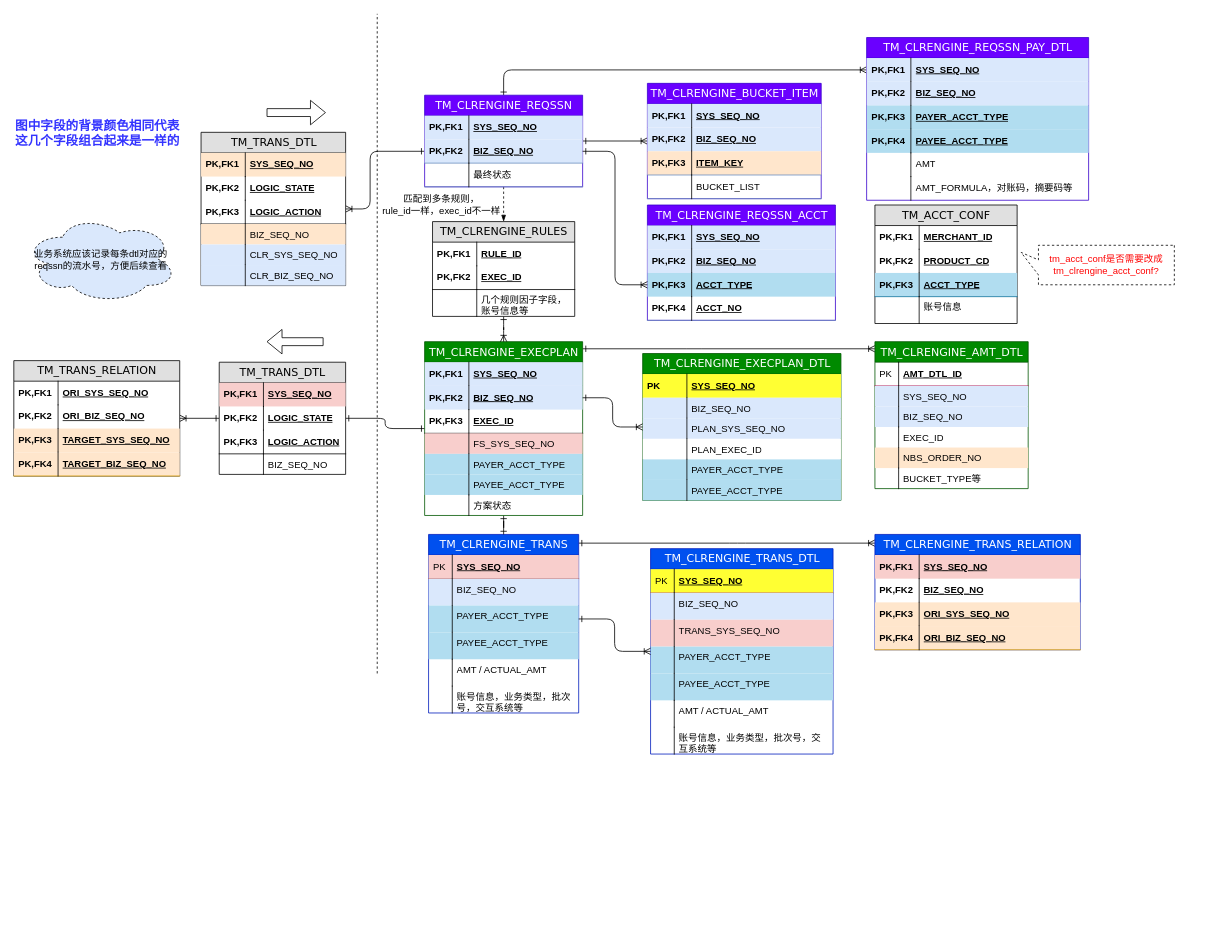
This is 清算引擎数据结构图.drawio from staconfree/design, a draw.io file, before an edit. Source tidied: cells renumbered, new cells numbered last; positions are measured from the earlier drawing's top-left corner, leaving out a move shared by most shapes. Both pictures are drawn from the tidied source at 79%, with x=0, y=0 at pixel (13, 13).
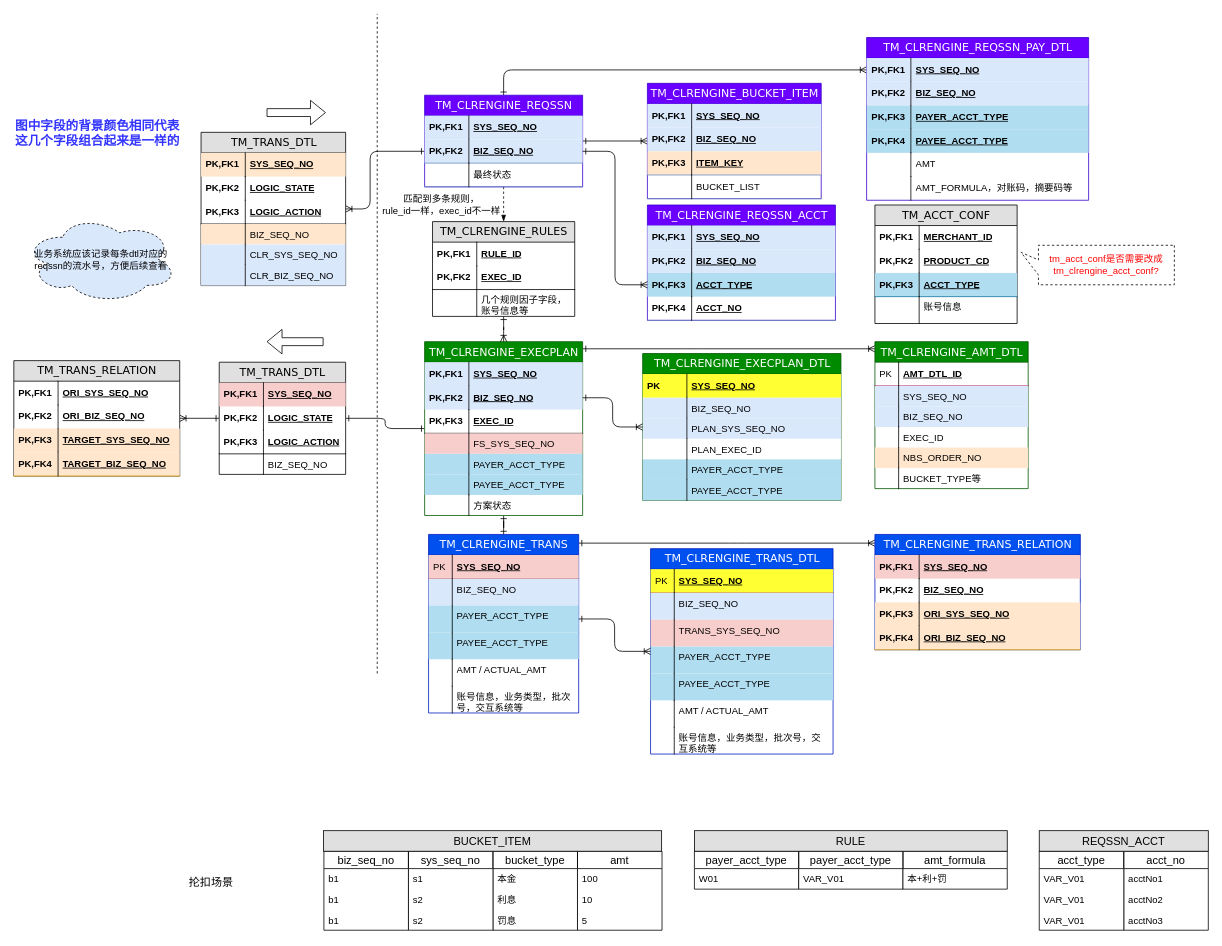
The same page after the edit.

Commit message (it also covers changes not shown here):
更新清算引擎数据结构图.drawio

Change to the diagram source:
```diff
@@
+    <mxCell id="185" value="bucket_type" style="swimlane;fontStyle=0;horizontal=1;startSize=22;fillColor=none;swimlaneFillColor=#ffffff;align=center;fontSize=14;" parent="1" vertex="1">
+      <mxGeometry x="606.5" y="1060" width="107" height="100" as="geometry" />
+    </mxCell>
+    <mxCell id="186" value="本金" style="text;strokeColor=none;fillColor=none;spacingLeft=4;spacingRight=4;overflow=hidden;fontSize=12;" parent="185" vertex="1">
+      <mxGeometry y="22" width="107" height="26" as="geometry" />
+    </mxCell>
+    <mxCell id="187" value="利息" style="text;strokeColor=none;fillColor=none;spacingLeft=4;spacingRight=4;overflow=hidden;fontSize=12;" parent="185" vertex="1">
+      <mxGeometry y="48" width="107" height="26" as="geometry" />
+    </mxCell>
+    <mxCell id="188" value="罚息" style="text;strokeColor=none;fillColor=none;spacingLeft=4;spacingRight=4;overflow=hidden;fontSize=12;" parent="185" vertex="1">
+      <mxGeometry y="74" width="107" height="26" as="geometry" />
+    </mxCell>
+    <mxCell id="189" value="amt" style="swimlane;fontStyle=0;horizontal=1;startSize=22;fillColor=none;swimlaneFillColor=#ffffff;align=center;fontSize=14;" parent="1" vertex="1">
+      <mxGeometry x="713.5" y="1060" width="107" height="100" as="geometry" />
+    </mxCell>
+    <mxCell id="190" value="100" style="text;strokeColor=none;fillColor=none;spacingLeft=4;spacingRight=4;overflow=hidden;fontSize=12;" parent="189" vertex="1">
+      <mxGeometry y="22" width="107" height="26" as="geometry" />
+    </mxCell>
+    <mxCell id="191" value="10" style="text;strokeColor=none;fillColor=none;spacingLeft=4;spacingRight=4;overflow=hidden;fontSize=12;" parent="189" vertex="1">
+      <mxGeometry y="48" width="107" height="26" as="geometry" />
+    </mxCell>
+    <mxCell id="192" value="5" style="text;strokeColor=none;fillColor=none;spacingLeft=4;spacingRight=4;overflow=hidden;fontSize=12;" parent="189" vertex="1">
+      <mxGeometry y="74" width="107" height="26" as="geometry" />
+    </mxCell>
+    <mxCell id="193" value="sys_seq_no" style="swimlane;fontStyle=0;horizontal=1;startSize=22;fillColor=none;swimlaneFillColor=#ffffff;align=center;fontSize=14;" parent="1" vertex="1">
+      <mxGeometry x="499.5" y="1060" width="107" height="100" as="geometry" />
+    </mxCell>
+    <mxCell id="194" value="s1" style="text;strokeColor=none;fillColor=none;spacingLeft=4;spacingRight=4;overflow=hidden;fontSize=12;" parent="193" vertex="1">
+      <mxGeometry y="22" width="107" height="26" as="geometry" />
+    </mxCell>
+    <mxCell id="195" value="s2" style="text;strokeColor=none;fillColor=none;spacingLeft=4;spacingRight=4;overflow=hidden;fontSize=12;" parent="193" vertex="1">
+      <mxGeometry y="48" width="107" height="26" as="geometry" />
+    </mxCell>
+    <mxCell id="196" value="s2" style="text;strokeColor=none;fillColor=none;spacingLeft=4;spacingRight=4;overflow=hidden;fontSize=12;" parent="193" vertex="1">
+      <mxGeometry y="74" width="107" height="26" as="geometry" />
+    </mxCell>
+    <mxCell id="197" value="biz_seq_no" style="swimlane;fontStyle=0;horizontal=1;startSize=22;fillColor=none;swimlaneFillColor=#ffffff;align=center;fontSize=14;" parent="1" vertex="1">
+      <mxGeometry x="392.5" y="1060" width="107" height="100" as="geometry" />
+    </mxCell>
+    <mxCell id="198" value="b1" style="text;strokeColor=none;fillColor=none;spacingLeft=4;spacingRight=4;overflow=hidden;fontSize=12;" parent="197" vertex="1">
+      <mxGeometry y="22" width="107" height="26" as="geometry" />
+    </mxCell>
+    <mxCell id="199" value="b1" style="text;strokeColor=none;fillColor=none;spacingLeft=4;spacingRight=4;overflow=hidden;fontSize=12;" parent="197" vertex="1">
+      <mxGeometry y="48" width="107" height="26" as="geometry" />
+    </mxCell>
+    <mxCell id="200" value="b1" style="text;strokeColor=none;fillColor=none;spacingLeft=4;spacingRight=4;overflow=hidden;fontSize=12;" parent="197" vertex="1">
+      <mxGeometry y="74" width="107" height="26" as="geometry" />
+    </mxCell>
+    <mxCell id="201" value="BUCKET_ITEM" style="text;align=center;verticalAlign=middle;spacingLeft=4;spacingRight=4;strokeColor=#000000;fillColor=#e0e0e0;fontSize=14;" parent="1" vertex="1">
+      <mxGeometry x="392" y="1034" width="428" height="26" as="geometry" />
+    </mxCell>
+    <mxCell id="202" value="acct_no" style="swimlane;fontStyle=0;horizontal=1;startSize=22;fillColor=none;swimlaneFillColor=#ffffff;align=center;fontSize=14;" parent="1" vertex="1">
+      <mxGeometry x="1405" y="1060" width="107" height="100" as="geometry" />
+    </mxCell>
+    <mxCell id="203" value="acctNo1" style="text;strokeColor=none;fillColor=none;spacingLeft=4;spacingRight=4;overflow=hidden;fontSize=12;" parent="202" vertex="1">
+      <mxGeometry y="22" width="107" height="26" as="geometry" />
+    </mxCell>
+    <mxCell id="204" value="acctNo2" style="text;strokeColor=none;fillColor=none;spacingLeft=4;spacingRight=4;overflow=hidden;fontSize=12;" parent="202" vertex="1">
+      <mxGeometry y="48" width="107" height="26" as="geometry" />
+    </mxCell>
+    <mxCell id="205" value="acctNo3" style="text;strokeColor=none;fillColor=none;spacingLeft=4;spacingRight=4;overflow=hidden;fontSize=12;" parent="202" vertex="1">
+      <mxGeometry y="74" width="107" height="26" as="geometry" />
+    </mxCell>
+    <mxCell id="206" value="acct_type" style="swimlane;fontStyle=0;horizontal=1;startSize=22;fillColor=none;swimlaneFillColor=#ffffff;align=center;fontSize=14;" parent="1" vertex="1">
+      <mxGeometry x="1298" y="1060" width="107" height="100" as="geometry" />
+    </mxCell>
+    <mxCell id="207" value="VAR_V01" style="text;strokeColor=none;fillColor=none;spacingLeft=4;spacingRight=4;overflow=hidden;fontSize=12;" parent="206" vertex="1">
+      <mxGeometry y="22" width="107" height="26" as="geometry" />
+    </mxCell>
+    <mxCell id="208" value="VAR_V01" style="text;strokeColor=none;fillColor=none;spacingLeft=4;spacingRight=4;overflow=hidden;fontSize=12;" parent="206" vertex="1">
+      <mxGeometry y="48" width="107" height="26" as="geometry" />
+    </mxCell>
+    <mxCell id="209" value="VAR_V01" style="text;strokeColor=none;fillColor=none;spacingLeft=4;spacingRight=4;overflow=hidden;fontSize=12;" parent="206" vertex="1">
+      <mxGeometry y="74" width="107" height="26" as="geometry" />
+    </mxCell>
+    <mxCell id="210" value="REQSSN_ACCT" style="text;align=center;verticalAlign=middle;spacingLeft=4;spacingRight=4;strokeColor=#000000;fillColor=#e0e0e0;fontSize=14;" parent="1" vertex="1">
+      <mxGeometry x="1298" y="1034" width="214" height="26" as="geometry" />
+    </mxCell>
+    <mxCell id="211" value="抡扣场景" style="text;html=1;align=left;verticalAlign=top;spacingTop=-4;fontSize=14;" parent="1" vertex="1">
+      <mxGeometry x="220" y="1088" width="58" height="14" as="geometry" />
+    </mxCell>
+    <mxCell id="212" value="payer_acct_type" style="swimlane;fontStyle=0;horizontal=1;startSize=22;fillColor=none;swimlaneFillColor=#ffffff;align=center;fontSize=14;" parent="1" vertex="1">
+      <mxGeometry x="861.5" y="1060" width="132" height="48" as="geometry" />
+    </mxCell>
+    <mxCell id="213" value="W01" style="text;strokeColor=none;fillColor=none;spacingLeft=4;spacingRight=4;overflow=hidden;fontSize=12;" parent="212" vertex="1">
+      <mxGeometry y="22" width="132" height="26" as="geometry" />
+    </mxCell>
+    <mxCell id="214" value="payer_acct_type" style="swimlane;fontStyle=0;horizontal=1;startSize=22;fillColor=none;swimlaneFillColor=#ffffff;align=center;fontSize=14;" parent="1" vertex="1">
+      <mxGeometry x="993.5" y="1060" width="132" height="48" as="geometry" />
+    </mxCell>
+    <mxCell id="215" value="VAR_V01" style="text;strokeColor=none;fillColor=none;spacingLeft=4;spacingRight=4;overflow=hidden;fontSize=12;" parent="214" vertex="1">
+      <mxGeometry y="22" width="132" height="26" as="geometry" />
+    </mxCell>
+    <mxCell id="216" value="amt_formula" style="swimlane;fontStyle=0;horizontal=1;startSize=22;fillColor=none;swimlaneFillColor=#ffffff;align=center;fontSize=14;" parent="1" vertex="1">
+      <mxGeometry x="1125.5" y="1060" width="132" height="48" as="geometry" />
+    </mxCell>
+    <mxCell id="217" value="本+利+罚" style="text;strokeColor=none;fillColor=none;spacingLeft=4;spacingRight=4;overflow=hidden;fontSize=12;" parent="216" vertex="1">
+      <mxGeometry y="22" width="132" height="26" as="geometry" />
+    </mxCell>
+    <mxCell id="218" value="RULE" style="text;align=center;verticalAlign=middle;spacingLeft=4;spacingRight=4;strokeColor=#000000;fillColor=#e0e0e0;fontSize=14;" parent="1" vertex="1">
+      <mxGeometry x="861.5" y="1034" width="396" height="26" as="geometry" />
+    </mxCell>
```
